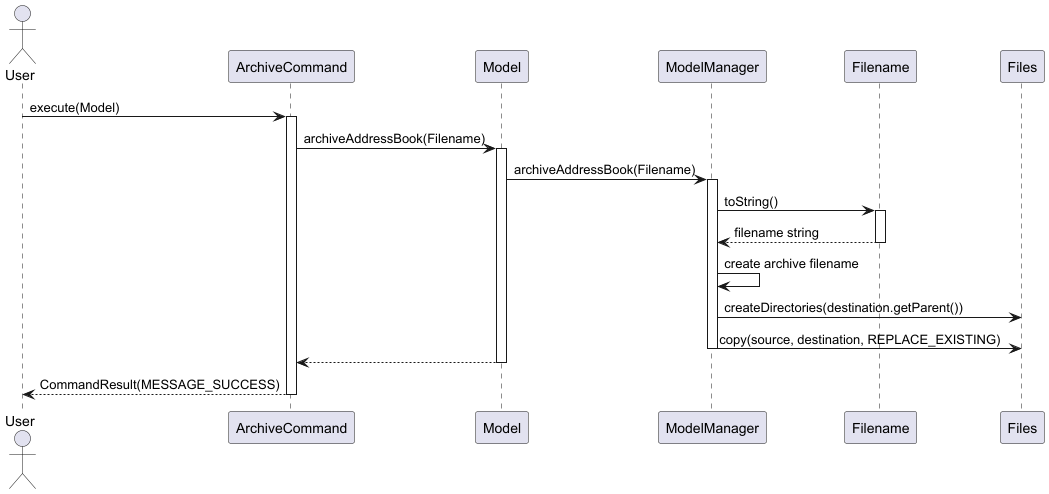
Above: docs/images/ArchiveSequenceDiagram.png in nus-cs2103-AY2425S1/tp (PlantUML), before the change.
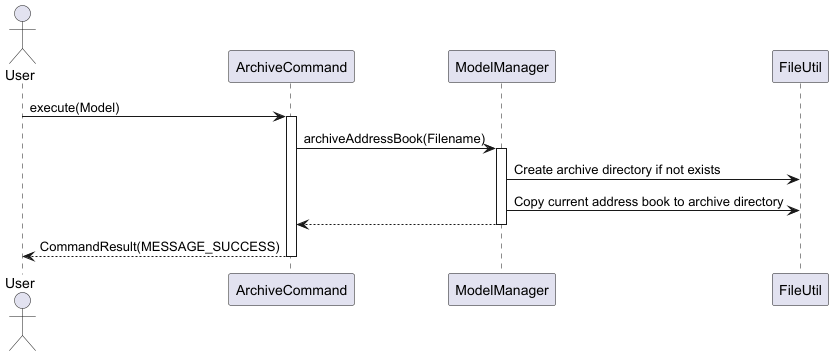
After the change.

Commit message:
Update archive implementation in DG

The edit, as a diff of the source:
```diff
@@ -1,31 +1,19 @@
 @startuml
 actor User
 participant ArchiveCommand
-participant Model
 participant ModelManager
-participant Filename
+participant FileUtil
 
 User -> ArchiveCommand: execute(Model)
 activate ArchiveCommand
 
-ArchiveCommand -> Model: archiveAddressBook(Filename)
-activate Model
-
-Model -> ModelManager: archiveAddressBook(Filename)
+ArchiveCommand -> ModelManager: archiveAddressBook(Filename)
 activate ModelManager
 
-ModelManager -> Filename: toString()
-activate Filename
-Filename --> ModelManager: filename string
-deactivate Filename
-
-ModelManager -> ModelManager: create archive filename
-ModelManager -> Files: createDirectories(destination.getParent())
-ModelManager -> Files: copy(source, destination, REPLACE_EXISTING)
+ModelManager -> FileUtil: Create archive directory if not exists
+ModelManager -> FileUtil: Copy current address book to archive directory
+ModelManager --> ArchiveCommand:
 deactivate ModelManager
-
-Model --> ArchiveCommand:
-deactivate Model
 
 ArchiveCommand --> User: CommandResult(MESSAGE_SUCCESS)
 deactivate ArchiveCommand
```
